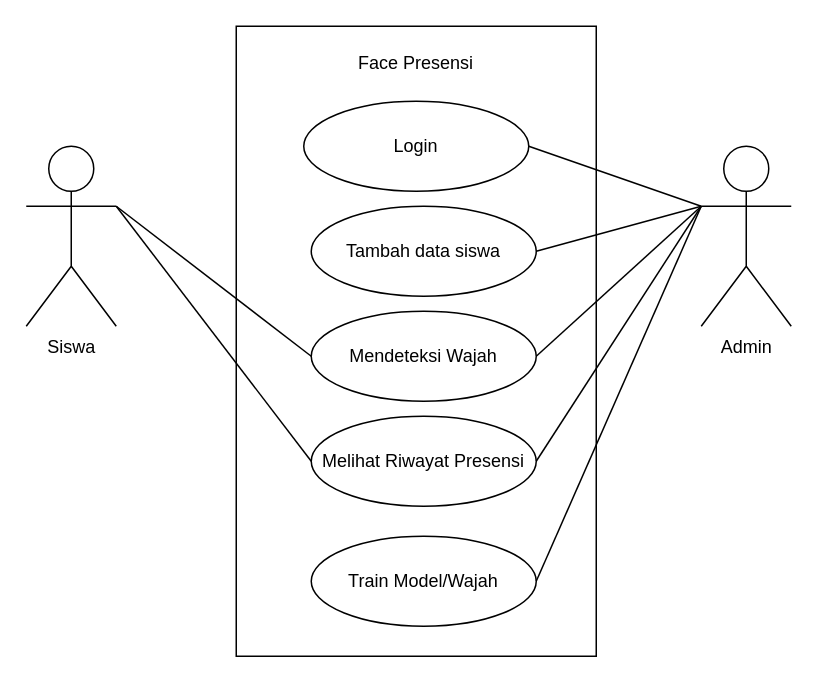
Above: use_case.drawio in ditanursabila/face-presensi (draw.io), before the change. Source tidied: cells renumbered, new cells numbered last; positions are measured from the earlier drawing's top-left corner, leaving out a move shared by most shapes. Both pictures are drawn from the tidied source at 150%, with x=0, y=0 at pixel (26, 26).
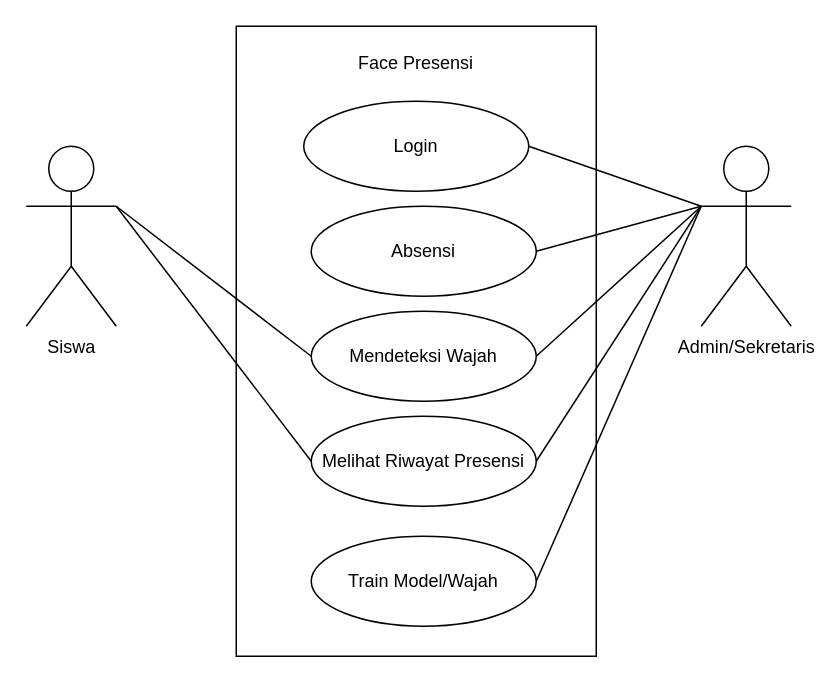
The same diagram, later.

Diff of the diagram source:
```diff
@@
 <mxGraphModel>
   <root>
     <mxCell id="0" />
     <mxCell id="1" parent="0" />
     <mxCell id="2" style="rounded=0;whiteSpace=wrap;html=1;" parent="1" vertex="1">
       <mxGeometry x="140" width="240" height="420" as="geometry" />
     </mxCell>
     <mxCell id="3" value="Siswa" style="shape=umlActor;verticalLabelPosition=bottom;verticalAlign=top;html=1;outlineConnect=0;" parent="1" vertex="1">
       <mxGeometry y="80" width="60" height="120" as="geometry" />
     </mxCell>
-    <mxCell id="4" value="Admin" style="shape=umlActor;verticalLabelPosition=bottom;verticalAlign=top;html=1;outlineConnect=0;" parent="1" vertex="1">
+    <mxCell id="4" value="Admin/Sekretaris" style="shape=umlActor;verticalLabelPosition=bottom;verticalAlign=top;html=1;outlineConnect=0;" parent="1" vertex="1">
       <mxGeometry x="450" y="80" width="60" height="120" as="geometry" />
     </mxCell>
     <mxCell id="5" value="Face Presensi" style="text;html=1;align=center;verticalAlign=middle;whiteSpace=wrap;rounded=0;" parent="1" vertex="1">
       <mxGeometry x="210" y="10" width="100" height="30" as="geometry" />
     </mxCell>
     <mxCell id="6" value="Mendeteksi Wajah" style="ellipse;whiteSpace=wrap;html=1;" parent="1" vertex="1">
       <mxGeometry x="190" y="190" width="150" height="60" as="geometry" />
     </mxCell>
     <mxCell id="7" value="Melihat Riwayat Presensi" style="ellipse;whiteSpace=wrap;html=1;" parent="1" vertex="1">
       <mxGeometry x="190" y="260" width="150" height="60" as="geometry" />
     </mxCell>
     <mxCell id="8" value="Train Model/Wajah" style="ellipse;whiteSpace=wrap;html=1;" parent="1" vertex="1">
       <mxGeometry x="190" y="340" width="150" height="60" as="geometry" />
     </mxCell>
     <mxCell id="9" style="endArrow=none;html=1;rounded=0;exitX=1;exitY=0.3333333333333333;exitDx=0;exitDy=0;exitPerimeter=0;entryX=0;entryY=0.5;entryDx=0;entryDy=0;" parent="1" edge="1" source="3" target="6">
       <mxGeometry relative="1" as="geometry" />
     </mxCell>
     <mxCell id="10" style="endArrow=none;html=1;rounded=0;exitX=1;exitY=0.3333333333333333;exitDx=0;exitDy=0;exitPerimeter=0;entryX=0;entryY=0.5;entryDx=0;entryDy=0;" parent="1" edge="1" source="3" target="7">
       <mxGeometry relative="1" as="geometry" />
     </mxCell>
     <mxCell id="11" style="endArrow=none;html=1;rounded=0;entryX=0;entryY=0.3333333333333333;entryDx=0;entryDy=0;entryPerimeter=0;exitX=1;exitY=0.5;exitDx=0;exitDy=0;" parent="1" edge="1" source="6" target="4">
       <mxGeometry relative="1" as="geometry" />
     </mxCell>
     <mxCell id="12" style="endArrow=none;html=1;rounded=0;entryX=0;entryY=0.3333333333333333;entryDx=0;entryDy=0;entryPerimeter=0;exitX=1;exitY=0.5;exitDx=0;exitDy=0;" parent="1" edge="1" source="7" target="4">
       <mxGeometry relative="1" as="geometry" />
     </mxCell>
     <mxCell id="13" style="endArrow=none;html=1;rounded=0;exitX=1;exitY=0.5;exitDx=0;exitDy=0;entryX=0;entryY=0.3333333333333333;entryDx=0;entryDy=0;entryPerimeter=0;" parent="1" edge="1" source="8" target="4">
       <mxGeometry relative="1" as="geometry" />
     </mxCell>
-    <mxCell id="14" value="Tambah data siswa" style="ellipse;whiteSpace=wrap;html=1;" parent="1" vertex="1">
+    <mxCell id="14" value="Absensi" style="ellipse;whiteSpace=wrap;html=1;" parent="1" vertex="1">
       <mxGeometry x="190" y="120" width="150" height="60" as="geometry" />
     </mxCell>
     <mxCell id="15" value="Login" style="ellipse;whiteSpace=wrap;html=1;" parent="1" vertex="1">
       <mxGeometry x="185" y="50" width="150" height="60" as="geometry" />
     </mxCell>
     <mxCell id="16" style="endArrow=none;html=1;rounded=0;entryX=0;entryY=0.3333333333333333;entryDx=0;entryDy=0;entryPerimeter=0;exitX=1;exitY=0.5;exitDx=0;exitDy=0;" parent="1" edge="1" source="15" target="4">
       <mxGeometry relative="1" as="geometry" />
     </mxCell>
     <mxCell id="17" style="endArrow=none;html=1;rounded=0;entryX=0;entryY=0.3333333333333333;entryDx=0;entryDy=0;entryPerimeter=0;exitX=1;exitY=0.5;exitDx=0;exitDy=0;" parent="1" edge="1" source="14" target="4">
       <mxGeometry relative="1" as="geometry" />
     </mxCell>
   </root>
 </mxGraphModel>
```
